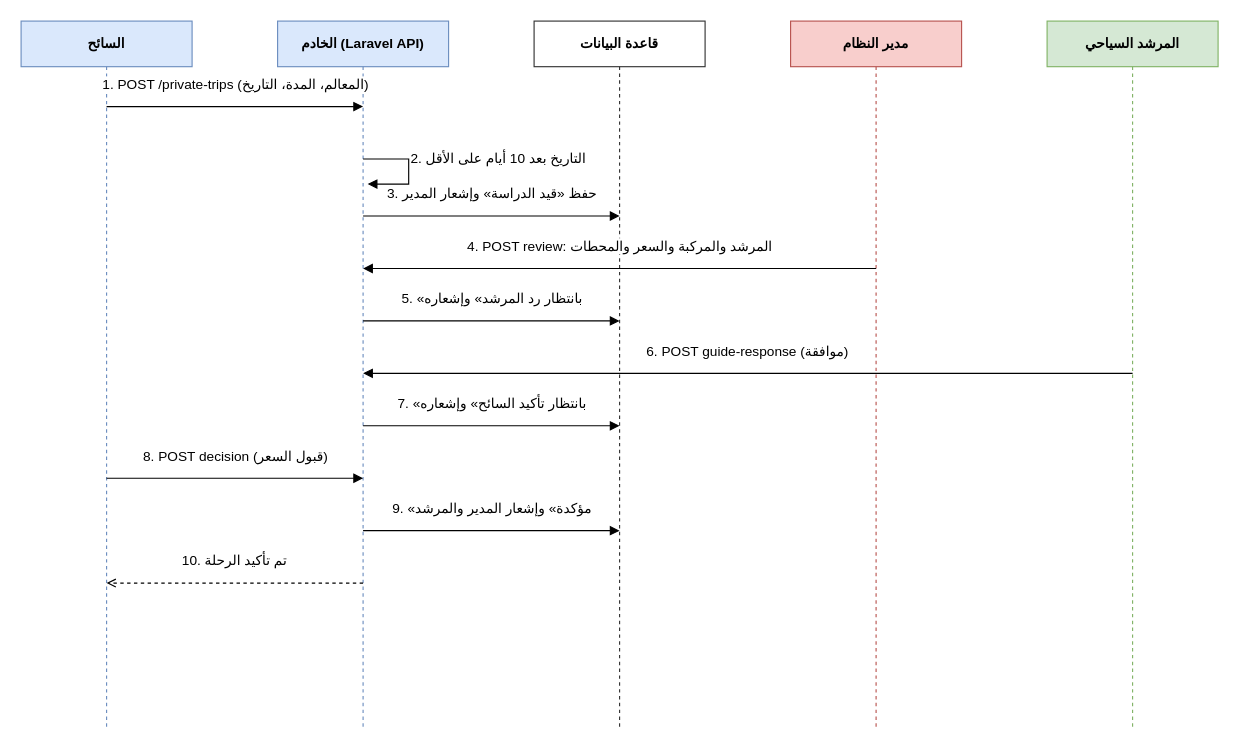
Before: مخططات_التحليل_drawio/seq05_private.drawio in masara-prog/Delni-project, a draw.io diagram. Source tidied: cells renumbered, new cells numbered last; positions are measured from the earlier drawing's top-left corner, leaving out a move shared by most shapes. Both pictures are drawn from the tidied source at 114%, with x=0, y=0 at pixel (21, 21).
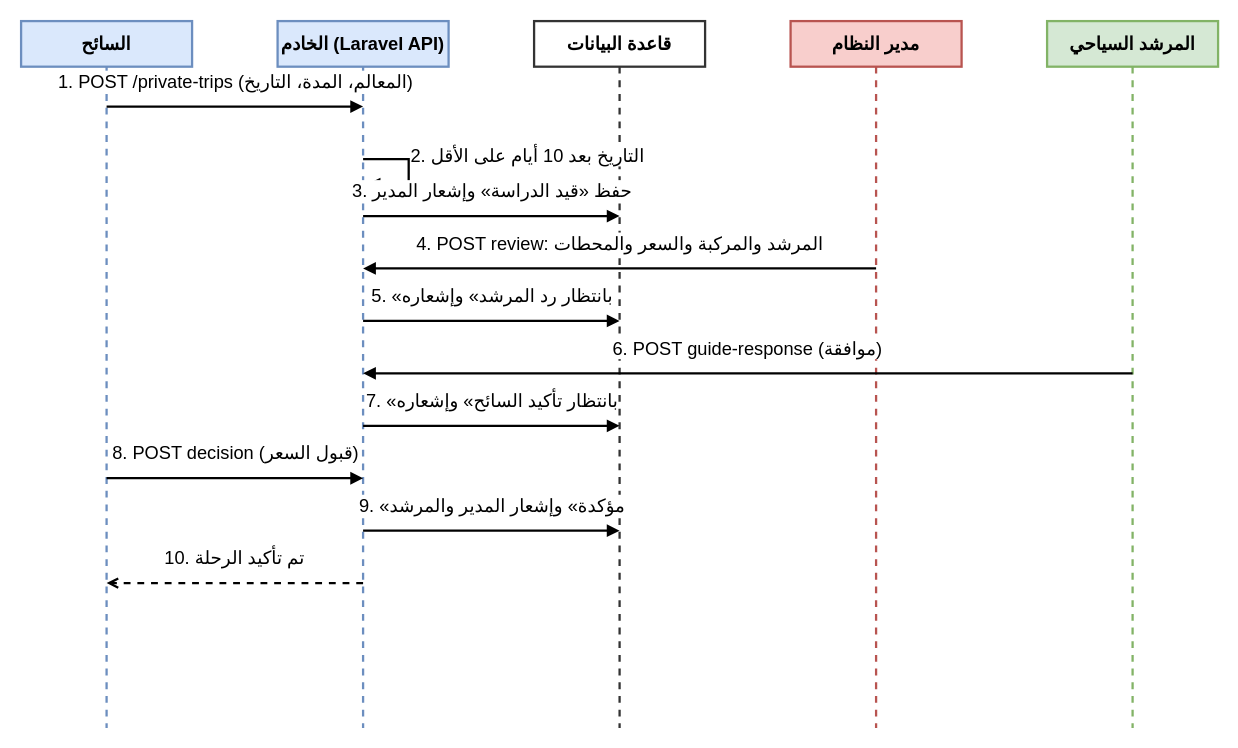
After the change.

The edit, as a diff of the source:
```diff
@@
-    <mxCell id="2" value="السائح" style="shape=umlLifeline;perimeter=lifelinePerimeter;size=40;html=1;whiteSpace=wrap;fontFamily=Arial;fontSize=12;fontStyle=1;fillColor=#dae8fc;strokeColor=#6c8ebf;" parent="1" vertex="1">
+    <mxCell id="2" value="السائح" style="shape=umlLifeline;perimeter=lifelinePerimeter;size=40;html=1;whiteSpace=wrap;fontFamily=Arial;fontSize=16;fontStyle=1;fillColor=#dae8fc;strokeColor=#6c8ebf;strokeWidth=2;" parent="1" vertex="1">
       <mxGeometry width="150" height="620" as="geometry" />
     </mxCell>
-    <mxCell id="3" value="الخادم (Laravel API)" style="shape=umlLifeline;perimeter=lifelinePerimeter;size=40;html=1;whiteSpace=wrap;fontFamily=Arial;fontSize=12;fontStyle=1;fillColor=#dae8fc;strokeColor=#6c8ebf;" parent="1" vertex="1">
+    <mxCell id="3" value="الخادم (Laravel API)" style="shape=umlLifeline;perimeter=lifelinePerimeter;size=40;html=1;whiteSpace=wrap;fontFamily=Arial;fontSize=16;fontStyle=1;fillColor=#dae8fc;strokeColor=#6c8ebf;strokeWidth=2;" parent="1" vertex="1">
       <mxGeometry x="225" width="150" height="620" as="geometry" />
     </mxCell>
-    <mxCell id="4" value="قاعدة البيانات" style="shape=umlLifeline;perimeter=lifelinePerimeter;size=40;html=1;whiteSpace=wrap;fontFamily=Arial;fontSize=12;fontStyle=1;fillColor=#ffffff;strokeColor=#333333;" parent="1" vertex="1">
+    <mxCell id="4" value="قاعدة البيانات" style="shape=umlLifeline;perimeter=lifelinePerimeter;size=40;html=1;whiteSpace=wrap;fontFamily=Arial;fontSize=16;fontStyle=1;fillColor=#ffffff;strokeColor=#333333;strokeWidth=2;" parent="1" vertex="1">
       <mxGeometry x="450" width="150" height="620" as="geometry" />
     </mxCell>
-    <mxCell id="5" value="مدير النظام" style="shape=umlLifeline;perimeter=lifelinePerimeter;size=40;html=1;whiteSpace=wrap;fontFamily=Arial;fontSize=12;fontStyle=1;fillColor=#f8cecc;strokeColor=#b85450;" parent="1" vertex="1">
+    <mxCell id="5" value="مدير النظام" style="shape=umlLifeline;perimeter=lifelinePerimeter;size=40;html=1;whiteSpace=wrap;fontFamily=Arial;fontSize=16;fontStyle=1;fillColor=#f8cecc;strokeColor=#b85450;strokeWidth=2;" parent="1" vertex="1">
       <mxGeometry x="675" width="150" height="620" as="geometry" />
     </mxCell>
-    <mxCell id="6" value="المرشد السياحي" style="shape=umlLifeline;perimeter=lifelinePerimeter;size=40;html=1;whiteSpace=wrap;fontFamily=Arial;fontSize=12;fontStyle=1;fillColor=#d5e8d4;strokeColor=#82b366;" parent="1" vertex="1">
+    <mxCell id="6" value="المرشد السياحي" style="shape=umlLifeline;perimeter=lifelinePerimeter;size=40;html=1;whiteSpace=wrap;fontFamily=Arial;fontSize=16;fontStyle=1;fillColor=#d5e8d4;strokeColor=#82b366;strokeWidth=2;" parent="1" vertex="1">
       <mxGeometry x="900" width="150" height="620" as="geometry" />
     </mxCell>
-    <mxCell id="7" value="1. POST /private-trips (المعالم، المدة، التاريخ)" style="endArrow=block;endFill=1;html=1;rounded=0;fontFamily=Arial;fontSize=12;labelBackgroundColor=#ffffff;verticalAlign=bottom;" parent="1" edge="1">
+    <mxCell id="7" value="1. POST /private-trips (المعالم، المدة، التاريخ)" style="endArrow=block;endFill=1;html=1;rounded=0;fontFamily=Arial;fontSize=16;labelBackgroundColor=#ffffff;verticalAlign=bottom;strokeWidth=2;" parent="1" edge="1">
       <mxGeometry relative="1" as="geometry">
         <mxPoint x="75" y="75" as="sourcePoint" />
         <mxPoint x="300" y="75" as="targetPoint" />
         <mxPoint y="-10" as="offset" />
       </mxGeometry>
     </mxCell>
-    <mxCell id="8" value="2. التاريخ بعد 10 أيام على الأقل" style="endArrow=block;endFill=1;html=1;rounded=0;fontFamily=Arial;fontSize=12;labelBackgroundColor=#ffffff;align=left;verticalAlign=bottom;" parent="1" edge="1">
+    <mxCell id="8" value="2. التاريخ بعد 10 أيام على الأقل" style="endArrow=block;endFill=1;html=1;rounded=0;fontFamily=Arial;fontSize=16;labelBackgroundColor=#ffffff;align=left;verticalAlign=bottom;strokeWidth=2;" parent="1" edge="1">
       <mxGeometry relative="1" as="geometry">
         <mxPoint x="300" y="121" as="sourcePoint" />
         <mxPoint x="304" y="143" as="targetPoint" />
         <Array as="points">
           <mxPoint x="340" y="121" />
           <mxPoint x="340" y="143" />
         </Array>
       </mxGeometry>
     </mxCell>
-    <mxCell id="9" value="3. حفظ «قيد الدراسة» وإشعار المدير" style="endArrow=block;endFill=1;html=1;rounded=0;fontFamily=Arial;fontSize=12;labelBackgroundColor=#ffffff;verticalAlign=bottom;" parent="1" edge="1">
+    <mxCell id="9" value="3. حفظ «قيد الدراسة» وإشعار المدير" style="endArrow=block;endFill=1;html=1;rounded=0;fontFamily=Arial;fontSize=16;labelBackgroundColor=#ffffff;verticalAlign=bottom;strokeWidth=2;" parent="1" edge="1">
       <mxGeometry relative="1" as="geometry">
         <mxPoint x="300" y="171" as="sourcePoint" />
         <mxPoint x="525" y="171" as="targetPoint" />
         <mxPoint y="-10" as="offset" />
       </mxGeometry>
     </mxCell>
-    <mxCell id="10" value="4. POST review: المرشد والمركبة والسعر والمحطات" style="endArrow=block;endFill=1;html=1;rounded=0;fontFamily=Arial;fontSize=12;labelBackgroundColor=#ffffff;verticalAlign=bottom;" parent="1" edge="1">
+    <mxCell id="10" value="4. POST review: المرشد والمركبة والسعر والمحطات" style="endArrow=block;endFill=1;html=1;rounded=0;fontFamily=Arial;fontSize=16;labelBackgroundColor=#ffffff;verticalAlign=bottom;strokeWidth=2;" parent="1" edge="1">
       <mxGeometry relative="1" as="geometry">
         <mxPoint x="750" y="217" as="sourcePoint" />
         <mxPoint x="300" y="217" as="targetPoint" />
         <mxPoint y="-10" as="offset" />
       </mxGeometry>
     </mxCell>
-    <mxCell id="11" value="5. «بانتظار رد المرشد» وإشعاره" style="endArrow=block;endFill=1;html=1;rounded=0;fontFamily=Arial;fontSize=12;labelBackgroundColor=#ffffff;verticalAlign=bottom;" parent="1" edge="1">
+    <mxCell id="11" value="5. «بانتظار رد المرشد» وإشعاره" style="endArrow=block;endFill=1;html=1;rounded=0;fontFamily=Arial;fontSize=16;labelBackgroundColor=#ffffff;verticalAlign=bottom;strokeWidth=2;" parent="1" edge="1">
       <mxGeometry relative="1" as="geometry">
         <mxPoint x="300" y="263" as="sourcePoint" />
         <mxPoint x="525" y="263" as="targetPoint" />
         <mxPoint y="-10" as="offset" />
       </mxGeometry>
     </mxCell>
-    <mxCell id="12" value="6. POST guide-response (موافقة)" style="endArrow=block;endFill=1;html=1;rounded=0;fontFamily=Arial;fontSize=12;labelBackgroundColor=#ffffff;verticalAlign=bottom;" parent="1" edge="1">
+    <mxCell id="12" value="6. POST guide-response (موافقة)" style="endArrow=block;endFill=1;html=1;rounded=0;fontFamily=Arial;fontSize=16;labelBackgroundColor=#ffffff;verticalAlign=bottom;strokeWidth=2;" parent="1" edge="1">
       <mxGeometry relative="1" as="geometry">
         <mxPoint x="975" y="309" as="sourcePoint" />
         <mxPoint x="300" y="309" as="targetPoint" />
         <mxPoint y="-10" as="offset" />
       </mxGeometry>
     </mxCell>
-    <mxCell id="13" value="7. «بانتظار تأكيد السائح» وإشعاره" style="endArrow=block;endFill=1;html=1;rounded=0;fontFamily=Arial;fontSize=12;labelBackgroundColor=#ffffff;verticalAlign=bottom;" parent="1" edge="1">
+    <mxCell id="13" value="7. «بانتظار تأكيد السائح» وإشعاره" style="endArrow=block;endFill=1;html=1;rounded=0;fontFamily=Arial;fontSize=16;labelBackgroundColor=#ffffff;verticalAlign=bottom;strokeWidth=2;" parent="1" edge="1">
       <mxGeometry relative="1" as="geometry">
         <mxPoint x="300" y="355" as="sourcePoint" />
         <mxPoint x="525" y="355" as="targetPoint" />
         <mxPoint y="-10" as="offset" />
       </mxGeometry>
     </mxCell>
-    <mxCell id="14" value="8. POST decision (قبول السعر)" style="endArrow=block;endFill=1;html=1;rounded=0;fontFamily=Arial;fontSize=12;labelBackgroundColor=#ffffff;verticalAlign=bottom;" parent="1" edge="1">
+    <mxCell id="14" value="8. POST decision (قبول السعر)" style="endArrow=block;endFill=1;html=1;rounded=0;fontFamily=Arial;fontSize=16;labelBackgroundColor=#ffffff;verticalAlign=bottom;strokeWidth=2;" parent="1" edge="1">
       <mxGeometry relative="1" as="geometry">
         <mxPoint x="75" y="401" as="sourcePoint" />
         <mxPoint x="300" y="401" as="targetPoint" />
         <mxPoint y="-10" as="offset" />
       </mxGeometry>
     </mxCell>
-    <mxCell id="15" value="9. «مؤكدة» وإشعار المدير والمرشد" style="endArrow=block;endFill=1;html=1;rounded=0;fontFamily=Arial;fontSize=12;labelBackgroundColor=#ffffff;verticalAlign=bottom;" parent="1" edge="1">
+    <mxCell id="15" value="9. «مؤكدة» وإشعار المدير والمرشد" style="endArrow=block;endFill=1;html=1;rounded=0;fontFamily=Arial;fontSize=16;labelBackgroundColor=#ffffff;verticalAlign=bottom;strokeWidth=2;" parent="1" edge="1">
       <mxGeometry relative="1" as="geometry">
         <mxPoint x="300" y="447" as="sourcePoint" />
         <mxPoint x="525" y="447" as="targetPoint" />
         <mxPoint y="-10" as="offset" />
       </mxGeometry>
     </mxCell>
-    <mxCell id="16" value="10. تم تأكيد الرحلة" style="dashed=1;endArrow=open;html=1;rounded=0;fontFamily=Arial;fontSize=12;labelBackgroundColor=#ffffff;verticalAlign=bottom;" parent="1" edge="1">
+    <mxCell id="16" value="10. تم تأكيد الرحلة" style="dashed=1;endArrow=open;html=1;rounded=0;fontFamily=Arial;fontSize=16;labelBackgroundColor=#ffffff;verticalAlign=bottom;strokeWidth=2;" parent="1" edge="1">
       <mxGeometry relative="1" as="geometry">
         <mxPoint x="300" y="493" as="sourcePoint" />
         <mxPoint x="75" y="493" as="targetPoint" />
         <mxPoint y="-10" as="offset" />
       </mxGeometry>
     </mxCell>
```
